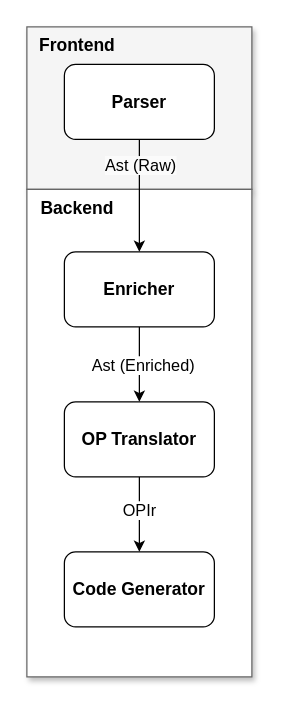
Before: relazione/drawio/architettura_alto_livello.drawio in leorm2002/stream-fusion, a draw.io diagram. Source tidied: cells renumbered, new cells numbered last; positions are measured from the earlier drawing's top-left corner, leaving out a move shared by most shapes. Both pictures are drawn from the tidied source at 125%, with x=0, y=0 at pixel (26, 26).
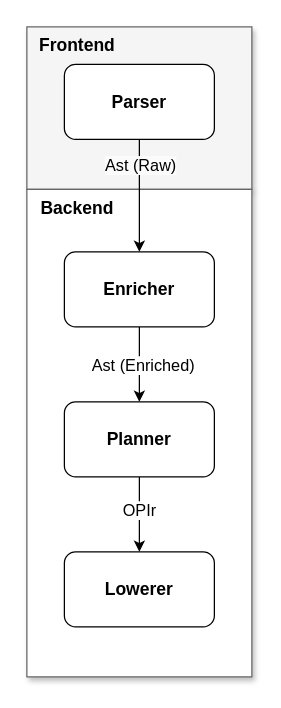
After the change.

What changed in the source:
```diff
@@
 <mxGraphModel>
   <root>
     <mxCell id="0" />
     <mxCell id="1" parent="0" />
     <mxCell id="2" style="rounded=0;whiteSpace=wrap;html=1;fillColor=#f5f5f5;strokeColor=#666666;fontColor=#333333;strokeWidth=1;shadow=1;" parent="1" vertex="1">
       <mxGeometry width="180" height="130" as="geometry" />
     </mxCell>
     <mxCell id="3" style="rounded=0;whiteSpace=wrap;html=1;shadow=1;strokeColor=light-dark(#666666,#EDEDED);strokeWidth=1;" parent="1" vertex="1">
       <mxGeometry y="130" width="180" height="390" as="geometry" />
     </mxCell>
     <mxCell id="4" style="edgeStyle=none;html=1;entryX=0.5;entryY=0;entryDx=0;entryDy=0;" parent="1" edge="1" source="6" target="10">
       <mxGeometry relative="1" as="geometry" />
     </mxCell>
     <mxCell id="5" value="&lt;span style=&quot;color: rgb(0, 0, 0); font-size: 13px; background-color: rgb(251, 251, 251);&quot;&gt;Ast (Raw)&lt;/span&gt;" style="edgeLabel;html=1;align=center;verticalAlign=middle;" parent="4" vertex="1">
       <mxGeometry x="-0.78" y="-1" relative="1" as="geometry">
         <mxPoint x="1" y="10" as="offset" />
       </mxGeometry>
     </mxCell>
     <mxCell id="6" value="Parser" style="rounded=1;whiteSpace=wrap;html=1;fontStyle=1;fontSize=14;" parent="1" vertex="1">
       <mxGeometry x="30" y="30" width="120" height="60" as="geometry" />
     </mxCell>
-    <mxCell id="7" value="Code Generator" style="rounded=1;whiteSpace=wrap;html=1;fontStyle=1;fontSize=14;" parent="1" vertex="1">
+    <mxCell id="7" value="Lowerer" style="rounded=1;whiteSpace=wrap;html=1;fontStyle=1;fontSize=14;" parent="1" vertex="1">
       <mxGeometry x="30" y="420" width="120" height="60" as="geometry" />
     </mxCell>
     <mxCell id="8" style="edgeStyle=none;html=1;" parent="1" edge="1" source="10" target="13">
       <mxGeometry relative="1" as="geometry" />
     </mxCell>
     <mxCell id="9" value="Ast (&lt;span style=&quot;color: rgb(0, 0, 0);&quot;&gt;Enriched)&lt;/span&gt;" style="edgeLabel;html=1;align=center;verticalAlign=middle;fontSize=13;" parent="8" vertex="1">
       <mxGeometry x="0.01" y="2" relative="1" as="geometry" />
     </mxCell>
     <mxCell id="10" value="Enricher" style="rounded=1;whiteSpace=wrap;html=1;fillColor=#FFFFFF;fontStyle=1;fontSize=14;" parent="1" vertex="1">
       <mxGeometry x="30" y="180" width="120" height="60" as="geometry" />
     </mxCell>
     <mxCell id="11" style="edgeStyle=none;html=1;" parent="1" edge="1" source="13" target="7">
       <mxGeometry relative="1" as="geometry" />
     </mxCell>
     <mxCell id="12" value="OPIr" style="edgeLabel;html=1;align=center;verticalAlign=middle;fontSize=13;" parent="11" vertex="1">
       <mxGeometry x="-0.15" y="-1" relative="1" as="geometry" />
     </mxCell>
-    <mxCell id="13" value="OP Translator" style="rounded=1;whiteSpace=wrap;html=1;fillColor=#FFFFFF;fontStyle=1;fontSize=14;" parent="1" vertex="1">
+    <mxCell id="13" value="Planner" style="rounded=1;whiteSpace=wrap;html=1;fillColor=#FFFFFF;fontStyle=1;fontSize=14;" parent="1" vertex="1">
       <mxGeometry x="30" y="300" width="120" height="60" as="geometry" />
     </mxCell>
     <mxCell id="14" value="Backend" style="text;html=1;align=center;verticalAlign=middle;strokeColor=none;fillColor=none;fontStyle=1;fontSize=14;" parent="1" vertex="1">
       <mxGeometry y="130" width="80" height="30" as="geometry" />
     </mxCell>
     <mxCell id="15" value="Frontend" style="text;html=1;align=center;verticalAlign=middle;strokeColor=none;fillColor=none;fontStyle=1;fontSize=14;" parent="1" vertex="1">
       <mxGeometry width="80" height="30" as="geometry" />
     </mxCell>
   </root>
 </mxGraphModel>
```
